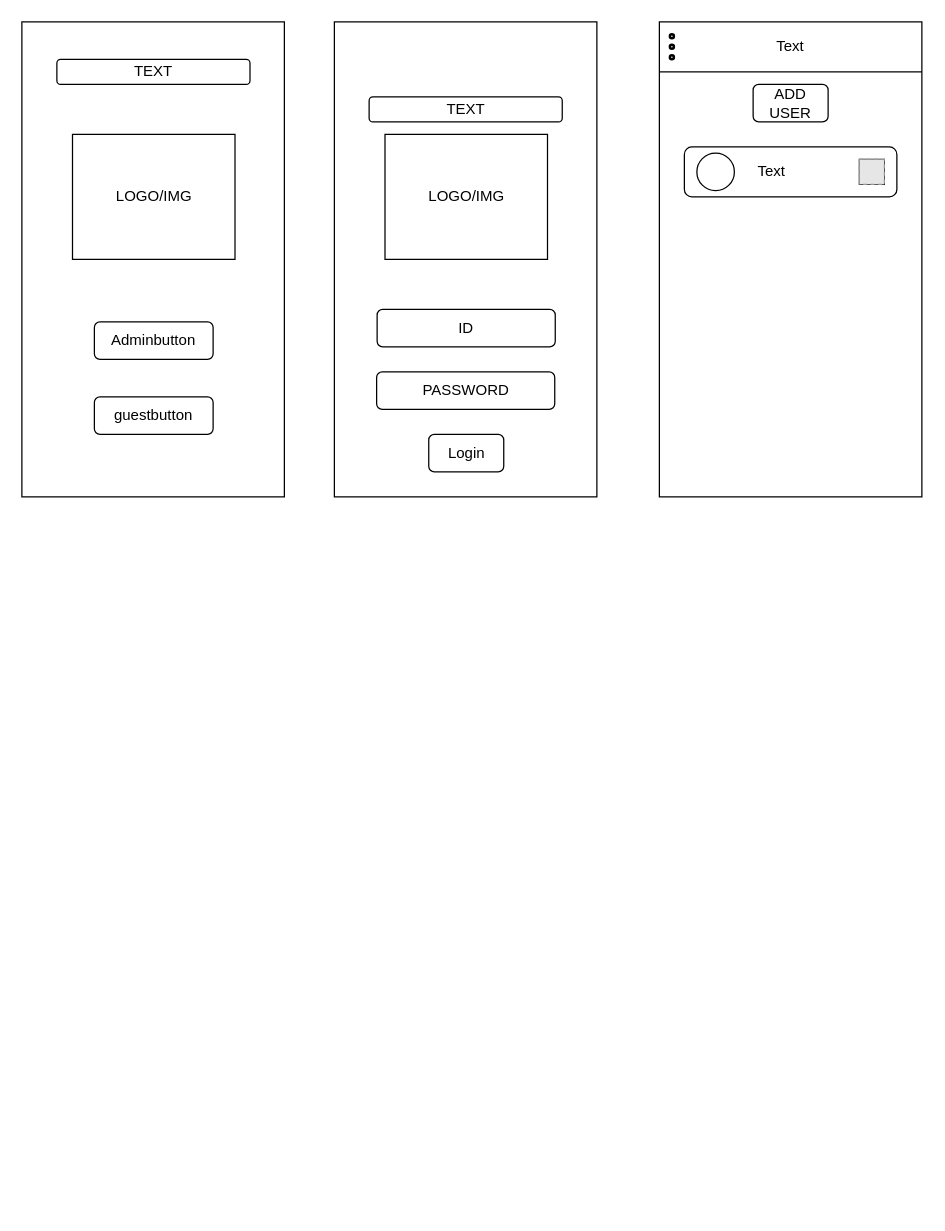
Before: EX UI.drawio in CChayut/Di-grm, a draw.io diagram. Source tidied: cells renumbered, new cells numbered last; positions are measured from the earlier drawing's top-left corner, leaving out a move shared by most shapes. Both pictures are drawn from the tidied source at 125%, with x=0, y=0 at pixel (21, 21). Pictures stored in the file or linked from it are replaced by grey dashed boxes.
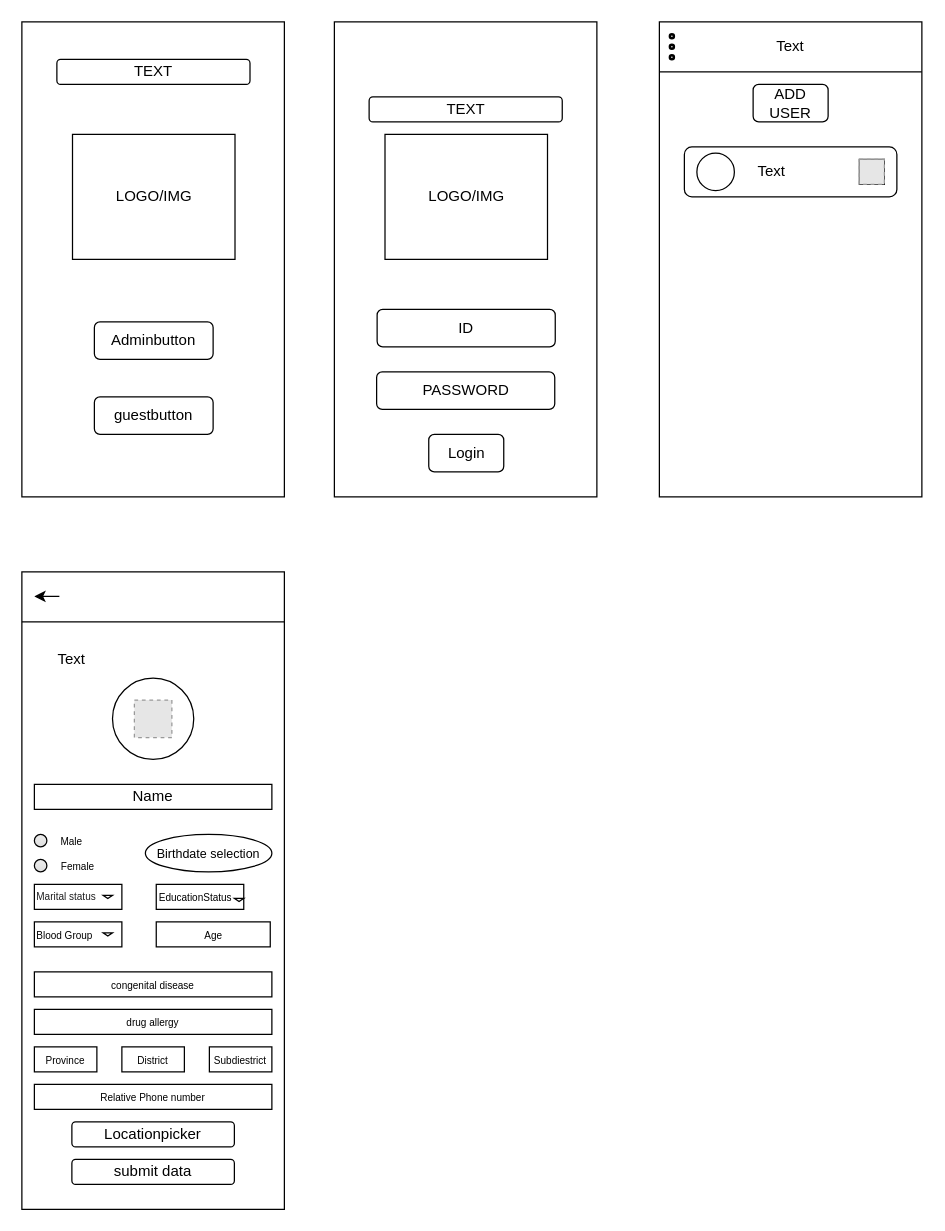
After the change.

The edit, as a diff of the source:
```diff
@@
+    <mxCell id="26" style="rounded=0;whiteSpace=wrap;html=1;" parent="1" vertex="1">
+      <mxGeometry y="440" width="210" height="510" as="geometry" />
+    </mxCell>
+    <mxCell id="27" style="endArrow=none;html=1;rounded=0;exitX=1.005;exitY=0.168;exitDx=0;exitDy=0;exitPerimeter=0;" parent="1" edge="1">
+      <mxGeometry relative="1" as="geometry">
+        <mxPoint x="210" y="480" as="sourcePoint" />
+        <mxPoint y="480" as="targetPoint" />
+      </mxGeometry>
+    </mxCell>
+    <mxCell id="28" style="endArrow=classic;html=1;rounded=0;" parent="1" edge="1">
+      <mxGeometry relative="1" as="geometry">
+        <mxPoint x="30" y="459.6" as="sourcePoint" />
+        <mxPoint x="10" y="459.6" as="targetPoint" />
+      </mxGeometry>
+    </mxCell>
+    <mxCell id="29" value="Text" style="text;html=1;align=center;verticalAlign=middle;whiteSpace=wrap;rounded=0;" parent="1" vertex="1">
+      <mxGeometry x="10" y="495" width="60" height="30" as="geometry" />
+    </mxCell>
+    <mxCell id="30" style="ellipse;whiteSpace=wrap;html=1;" parent="1" vertex="1">
+      <mxGeometry x="72.5" y="525" width="65" height="65" as="geometry" />
+    </mxCell>
+    <mxCell id="31" style="fillColor=#E6E6E6;strokeColor=#999999;dashed=1;html=1;verticalAlign=top;verticalLabelPosition=bottom;labelBackgroundColor=#ffffff;" parent="1" vertex="1">
+      <mxGeometry x="90" y="542.5" width="30" height="30" as="geometry" />
+    </mxCell>
+    <mxCell id="32" value="Name" style="rounded=0;whiteSpace=wrap;html=1;" parent="1" vertex="1">
+      <mxGeometry x="10" y="610" width="190" height="20" as="geometry" />
+    </mxCell>
+    <mxCell id="33" style="html=1;shadow=0;dashed=0;shape=mxgraph.bootstrap.radioButton2;labelPosition=right;verticalLabelPosition=middle;align=left;verticalAlign=middle;gradientColor=#DEDEDE;fillColor=#EDEDED;checked=0;spacing=5;checkedFill=#0085FC;checkedStroke=#ffffff;sketch=0;" parent="1" vertex="1">
+      <mxGeometry x="10" y="650" width="10" height="10" as="geometry" />
+    </mxCell>
+    <mxCell id="34" style="html=1;shadow=0;dashed=0;shape=mxgraph.bootstrap.radioButton2;labelPosition=right;verticalLabelPosition=middle;align=left;verticalAlign=middle;gradientColor=#DEDEDE;fillColor=#EDEDED;checked=0;spacing=5;checkedFill=#0085FC;checkedStroke=#ffffff;sketch=0;" parent="1" vertex="1">
+      <mxGeometry x="10" y="670" width="10" height="10" as="geometry" />
+    </mxCell>
+    <mxCell id="35" value="&lt;span style=&quot;font-size: 8px;&quot;&gt;Male&lt;/span&gt;" style="text;html=1;align=center;verticalAlign=middle;whiteSpace=wrap;rounded=0;" parent="1" vertex="1">
+      <mxGeometry x="30" y="650" width="20" height="10" as="geometry" />
+    </mxCell>
+    <mxCell id="36" value="&lt;span style=&quot;font-size: 8px;&quot;&gt;Female&lt;/span&gt;" style="text;html=1;align=center;verticalAlign=middle;whiteSpace=wrap;rounded=0;" parent="1" vertex="1">
+      <mxGeometry x="35" y="670" width="20" height="10" as="geometry" />
+    </mxCell>
+    <mxCell id="37" value="&lt;font style=&quot;font-size: 10px;&quot;&gt;Birthdate selection&lt;/font&gt;" style="ellipse;whiteSpace=wrap;html=1;" parent="1" vertex="1">
+      <mxGeometry x="98.8" y="650" width="101.2" height="30" as="geometry" />
+    </mxCell>
+    <mxCell id="38" value="&lt;div style=&quot;&quot;&gt;&lt;span style=&quot;white-space-collapse: preserve; background-color: transparent;&quot;&gt;&lt;font style=&quot;color: light-dark(rgb(30, 30, 31), rgb(34, 36, 39));&quot;&gt;Marital status&lt;/font&gt;&lt;/span&gt;&lt;/div&gt;" style="rounded=0;whiteSpace=wrap;html=1;fontSize=8;align=left;" parent="1" vertex="1">
+      <mxGeometry x="10" y="690" width="70" height="20" as="geometry" />
+    </mxCell>
+    <mxCell id="39" value="&lt;font style=&quot;font-size: 8px;&quot;&gt;Blood Group&lt;/font&gt;" style="rounded=0;whiteSpace=wrap;html=1;align=left;" parent="1" vertex="1">
+      <mxGeometry x="10" y="720" width="70" height="20" as="geometry" />
+    </mxCell>
+    <mxCell id="40" value="&lt;font style=&quot;font-size: 8px;&quot;&gt;EducationStatus&lt;/font&gt;" style="rounded=0;whiteSpace=wrap;html=1;align=left;" parent="1" vertex="1">
+      <mxGeometry x="107.5" y="690" width="70" height="20" as="geometry" />
+    </mxCell>
+    <mxCell id="41" value="&lt;font style=&quot;font-size: 8px;&quot;&gt;Age&lt;/font&gt;" style="rounded=0;whiteSpace=wrap;html=1;align=center;" parent="1" vertex="1">
+      <mxGeometry x="107.5" y="720" width="91.2" height="20" as="geometry" />
+    </mxCell>
+    <mxCell id="42" style="html=1;shadow=0;dashed=0;align=center;verticalAlign=middle;shape=mxgraph.arrows2.arrow;dy=0.6;dx=40;direction=south;notch=0;" parent="1" vertex="1">
+      <mxGeometry x="65" y="728.8" width="7.5" height="2.5" as="geometry" />
+    </mxCell>
+    <mxCell id="43" style="html=1;shadow=0;dashed=0;align=center;verticalAlign=middle;shape=mxgraph.arrows2.arrow;dy=0.6;dx=40;direction=south;notch=0;" parent="1" vertex="1">
+      <mxGeometry x="65" y="698.8" width="7.5" height="2.5" as="geometry" />
+    </mxCell>
+    <mxCell id="44" style="html=1;shadow=0;dashed=0;align=center;verticalAlign=middle;shape=mxgraph.arrows2.arrow;dy=1;dx=2.5;direction=south;notch=0;" parent="1" vertex="1">
+      <mxGeometry x="170" y="701.2" width="7.5" height="2.5" as="geometry" />
+    </mxCell>
+    <mxCell id="45" value="&lt;font style=&quot;font-size: 8px;&quot;&gt;congenital disease&lt;/font&gt;" style="rounded=0;whiteSpace=wrap;html=1;" parent="1" vertex="1">
+      <mxGeometry x="10" y="760" width="190" height="20" as="geometry" />
+    </mxCell>
+    <mxCell id="46" value="&lt;font style=&quot;font-size: 8px;&quot;&gt;drug allergy&lt;/font&gt;" style="rounded=0;whiteSpace=wrap;html=1;" parent="1" vertex="1">
+      <mxGeometry x="10" y="790" width="190" height="20" as="geometry" />
+    </mxCell>
+    <mxCell id="47" value="&lt;font style=&quot;font-size: 8px;&quot;&gt;Province&lt;/font&gt;" style="rounded=0;whiteSpace=wrap;html=1;align=center;" parent="1" vertex="1">
+      <mxGeometry x="10" y="820" width="50" height="20" as="geometry" />
+    </mxCell>
+    <mxCell id="48" value="&lt;font style=&quot;font-size: 8px;&quot;&gt;District&lt;/font&gt;" style="rounded=0;whiteSpace=wrap;html=1;align=center;" parent="1" vertex="1">
+      <mxGeometry x="80" y="820" width="50" height="20" as="geometry" />
+    </mxCell>
+    <mxCell id="49" value="&lt;font style=&quot;font-size: 8px;&quot;&gt;Subdiestrict&lt;/font&gt;" style="rounded=0;whiteSpace=wrap;html=1;align=center;" parent="1" vertex="1">
+      <mxGeometry x="150" y="820" width="50" height="20" as="geometry" />
+    </mxCell>
+    <mxCell id="50" value="&lt;span style=&quot;font-size: 8px;&quot;&gt;Relative Phone number&lt;/span&gt;" style="rounded=0;whiteSpace=wrap;html=1;" parent="1" vertex="1">
+      <mxGeometry x="10" y="850" width="190" height="20" as="geometry" />
+    </mxCell>
+    <mxCell id="51" value="Locationpicker" style="rounded=1;whiteSpace=wrap;html=1;" parent="1" vertex="1">
+      <mxGeometry x="40" y="880" width="130" height="20" as="geometry" />
+    </mxCell>
+    <mxCell id="52" value="submit data" style="rounded=1;whiteSpace=wrap;html=1;" parent="1" vertex="1">
+      <mxGeometry x="40" y="910" width="130" height="20" as="geometry" />
+    </mxCell>
```
